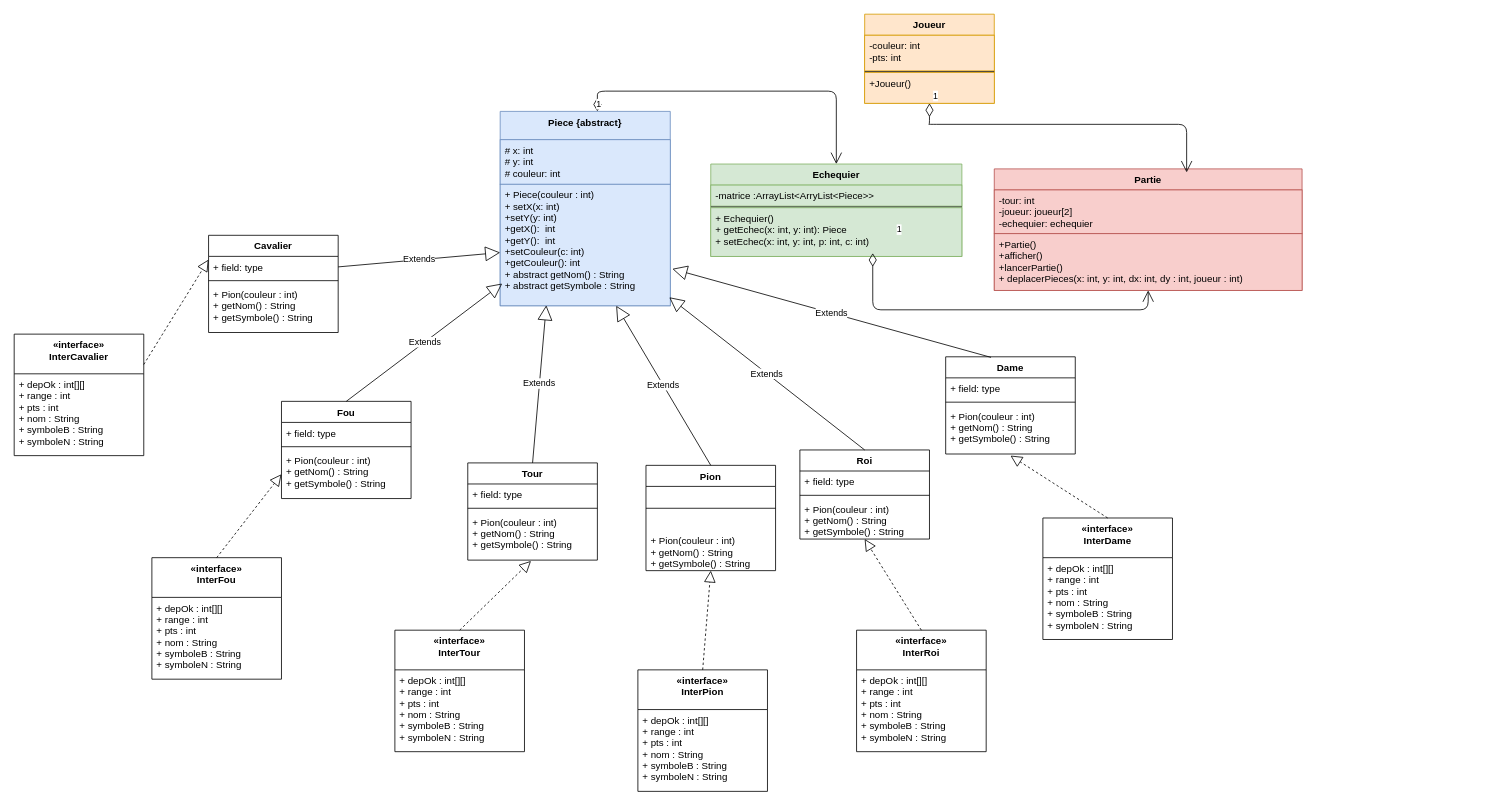
The draw.io diagram diagrammes/diagramme.drawio in LordPax/ProjetJava, before the edit. Source tidied: cells renumbered, new cells numbered last; positions are measured from the earlier drawing's top-left corner, leaving out a move shared by most shapes. Both pictures are drawn from the tidied source at 81%, with x=0, y=0 at pixel (14, 14).
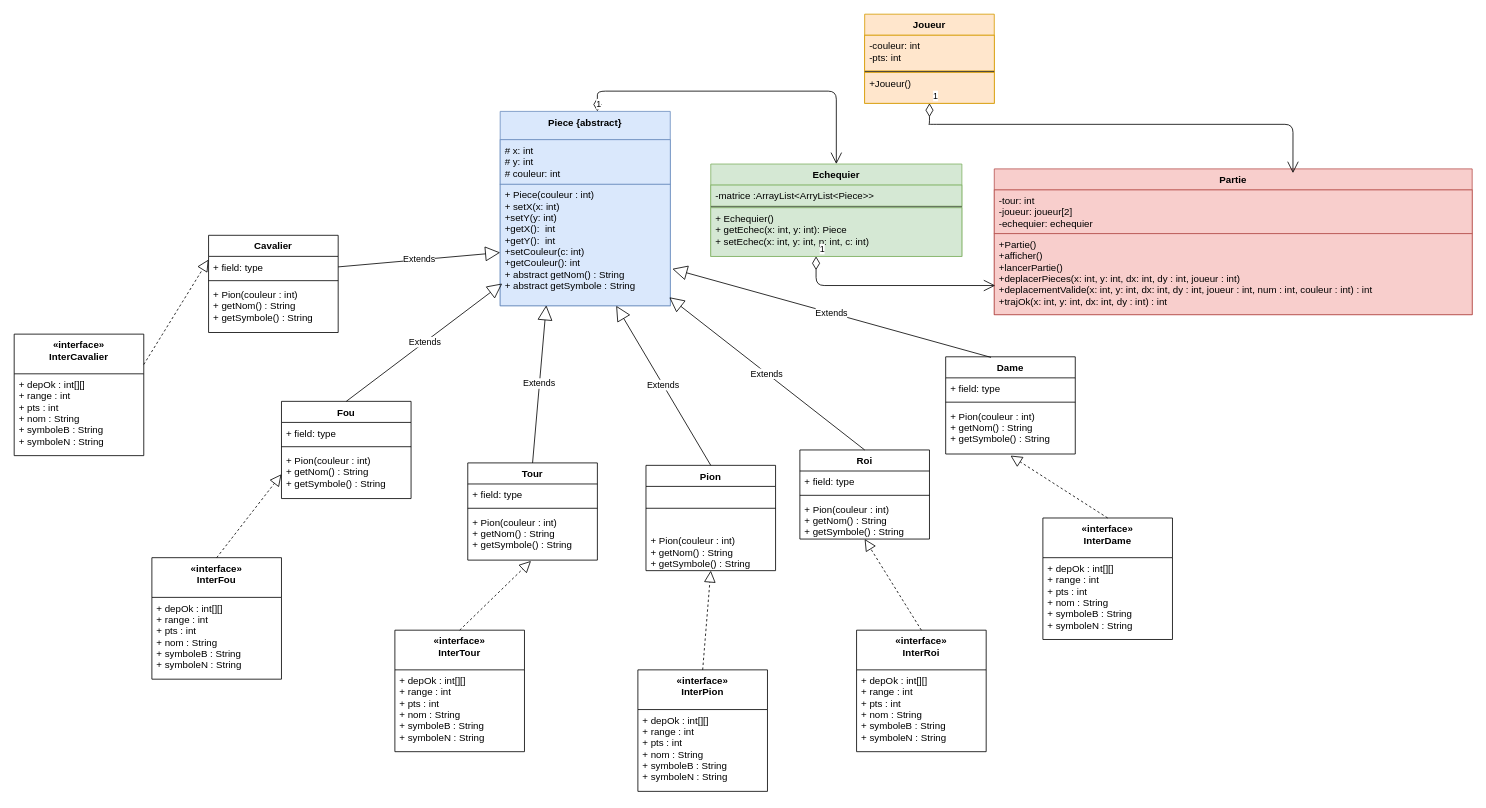
The same page after the edit.

Commit message (it also covers changes not shown here):
maj deplacementValide et trajOk terminé !

Unchanged cells that the change refers to:
```xml
<mxCell id="9" value="+ Echequier()&#10;+ getEchec(x: int, y: int): Piece&#10;+ setEchec(x: int, y: int, p: int, c: int)&#10;&#10;&#10;" style="text;strokeColor=#82b366;fillColor=#d5e8d4;align=left;verticalAlign=top;spacingLeft=4;spacingRight=4;overflow=hidden;points=[[0,0.5],[1,0.5]];portConstraint=eastwest;" parent="6" vertex="1">
  <mxGeometry y="54" width="310" height="60" as="geometry" />
</mxCell>
```

Diff of the diagram source:
```diff
@@
     <mxCell id="10" value="Partie&#10;" style="swimlane;fontStyle=1;align=center;verticalAlign=top;horizontal=1;startSize=26;fillColor=#f8cecc;strokeColor=#b85450;" parent="1" vertex="1">
-      <mxGeometry x="1210" y="191" width="380" height="150" as="geometry" />
+      <mxGeometry x="1210" y="191" width="590" height="180" as="geometry" />
     </mxCell>
     <mxCell id="11" value="-tour: int&#10;-joueur: joueur[2]&#10;-echequier: echequier&#10;" style="text;strokeColor=#b85450;fillColor=#f8cecc;align=left;verticalAlign=top;spacingLeft=4;spacingRight=4;overflow=hidden;" parent="10" vertex="1">
-      <mxGeometry y="26" width="380" height="54" as="geometry" />
+      <mxGeometry y="26" width="590" height="54" as="geometry" />
     </mxCell>
     <mxCell id="12" style="line;strokeWidth=1;fillColor=none;align=left;verticalAlign=middle;spacingTop=-1;spacingLeft=3;spacingRight=3;labelPosition=right;" parent="10" vertex="1">
-      <mxGeometry y="80" width="380" as="geometry" />
+      <mxGeometry y="80" width="590" as="geometry" />
     </mxCell>
-    <mxCell id="13" value="+Partie()&#10;+afficher()&#10;+lancerPartie()&#10;+ deplacerPieces(x: int, y: int, dx: int, dy : int, joueur : int)&#10;" style="text;strokeColor=#b85450;fillColor=#f8cecc;align=left;verticalAlign=top;spacingLeft=4;spacingRight=4;overflow=hidden;points=[[0,0.5],[1,0.5]];portConstraint=eastwest;" parent="10" vertex="1">
-      <mxGeometry y="80" width="380" height="70" as="geometry" />
+    <mxCell id="13" value="+Partie()&#10;+afficher()&#10;+lancerPartie()&#10;+deplacerPieces(x: int, y: int, dx: int, dy : int, joueur : int)&#10;+deplacementValide(x: int, y: int, dx: int, dy : int, joueur : int, num : int, couleur : int) : int&#10;+trajOk(x: int, y: int, dx: int, dy : int) : int&#10;" style="text;strokeColor=#b85450;fillColor=#f8cecc;align=left;verticalAlign=top;spacingLeft=4;spacingRight=4;overflow=hidden;points=[[0,0.5],[1,0.5]];portConstraint=eastwest;" parent="10" vertex="1">
+      <mxGeometry y="80" width="590" height="100" as="geometry" />
     </mxCell>
@@
-    <mxCell id="67" value="1" style="endArrow=open;html=1;endSize=12;startArrow=diamondThin;startSize=14;startFill=0;edgeStyle=orthogonalEdgeStyle;align=left;verticalAlign=bottom;entryX=0.5;entryY=1;entryDx=0;entryDy=0;exitX=0.645;exitY=0.933;exitDx=0;exitDy=0;exitPerimeter=0;" parent="1" edge="1" source="9" target="10">
-      <mxGeometry x="-0.55" y="90" relative="1" as="geometry">
+    <mxCell id="67" value="1" style="endArrow=open;html=1;endSize=12;startArrow=diamondThin;startSize=14;startFill=0;edgeStyle=orthogonalEdgeStyle;align=left;verticalAlign=bottom;entryX=0.002;entryY=0.64;entryDx=0;entryDy=0;entryPerimeter=0;" parent="1" edge="1" source="9" target="13">
+      <mxGeometry x="-1" y="3" relative="1" as="geometry">
         <Array as="points">
-          <mxPoint x="1060" y="365" />
-          <mxPoint x="1400" y="365" />
+          <mxPoint x="990" y="335" />
         </Array>
       </mxGeometry>
     </mxCell>
```
